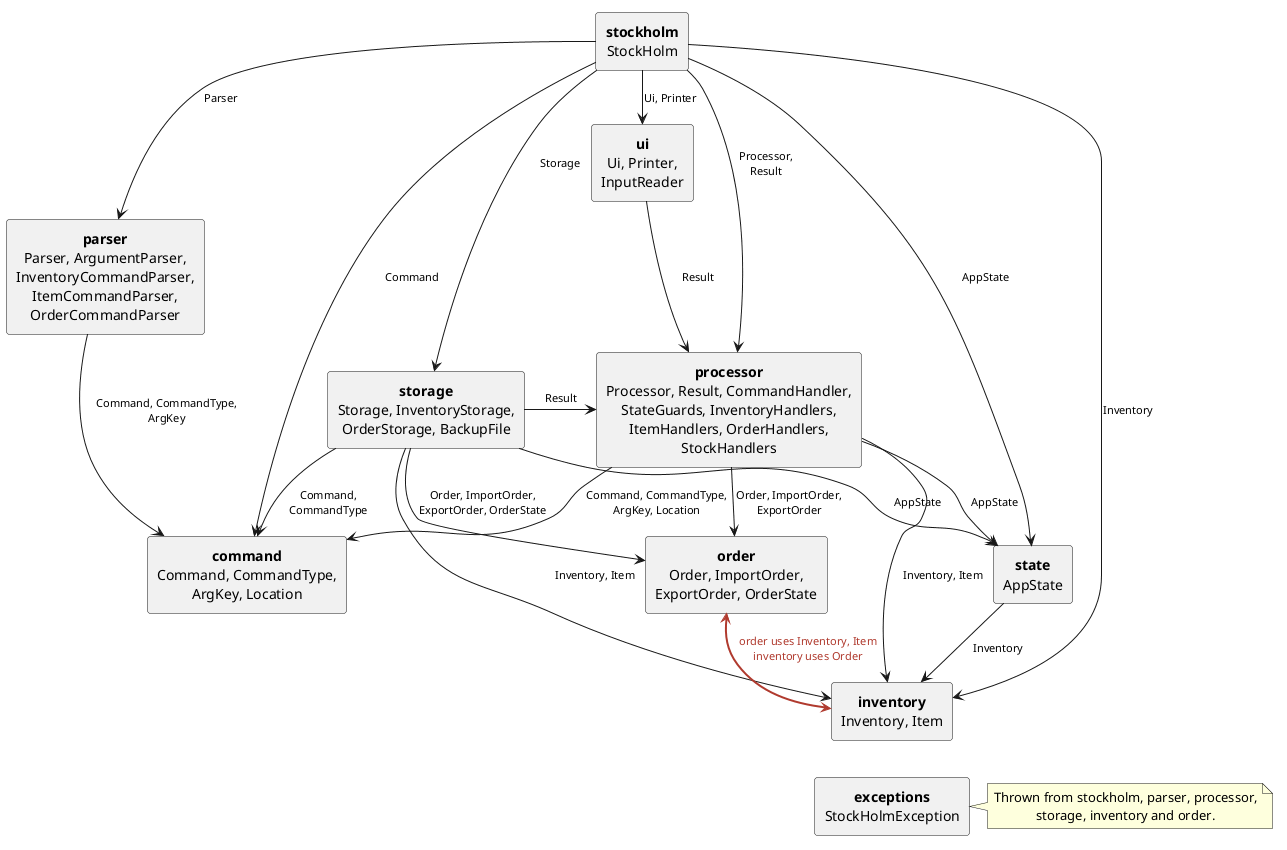
This is docs/images/CouplingDiagram.png from AY2627S1-CS2113-W14-4/tp, a PlantUML export, as it was before one commit.
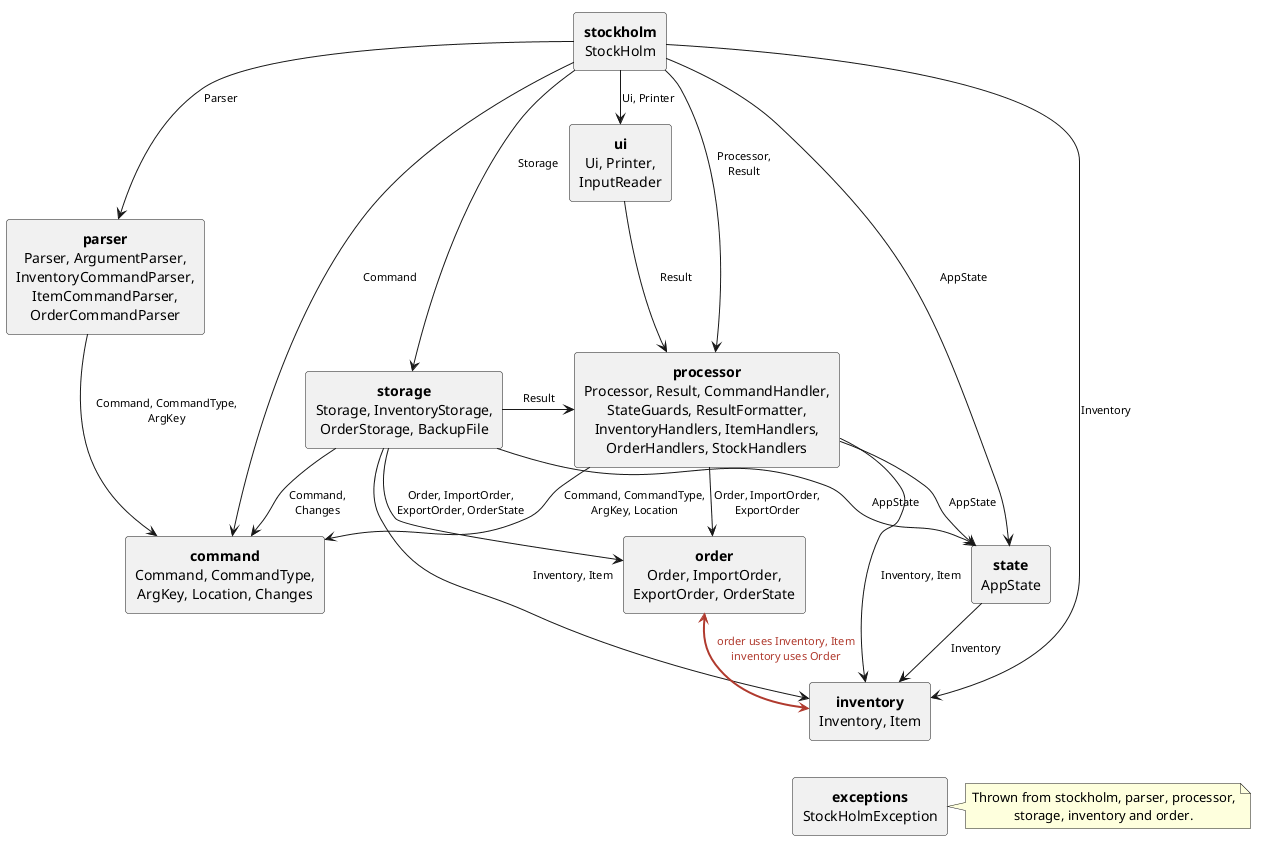
The same diagram one commit later.

Commit message:
Move list formatting into ResultFormatter

The edit, as a diff of the source:
```diff
@@ -12,8 +12,8 @@
 rectangle "**ui**\nUi, Printer,\nInputReader" as ui
 rectangle "**parser**\nParser, ArgumentParser,\nInventoryCommandParser,\nItemCommandParser,\nOrderCommandParser" as parser
 rectangle "**storage**\nStorage, InventoryStorage,\nOrderStorage, BackupFile" as storage
-rectangle "**processor**\nProcessor, Result, CommandHandler,\nStateGuards, InventoryHandlers,\nItemHandlers, OrderHandlers,\nStockHandlers" as processor
-rectangle "**command**\nCommand, CommandType,\nArgKey, Location" as command
+rectangle "**processor**\nProcessor, Result, CommandHandler,\nStateGuards, ResultFormatter,\nInventoryHandlers, ItemHandlers,\nOrderHandlers, StockHandlers" as processor
+rectangle "**command**\nCommand, CommandType,\nArgKey, Location, Changes" as command
 rectangle "**state**\nAppState" as state
 rectangle "**order**\nOrder, ImportOrder,\nExportOrder, OrderState" as order
 rectangle "**inventory**\nInventory, Item" as inventory
@@ -30,7 +30,7 @@
 ui -down-> processor : Result
 parser -down-> command : Command, CommandType,\nArgKey
 storage -right-> processor : Result
-storage -down-> command : Command,\nCommandType
+storage -down-> command : Command,\nChanges
 storage -down-> state : AppState
 storage -down-> order : Order, ImportOrder,\nExportOrder, OrderState
 storage -down-> inventory : Inventory, Item
```
